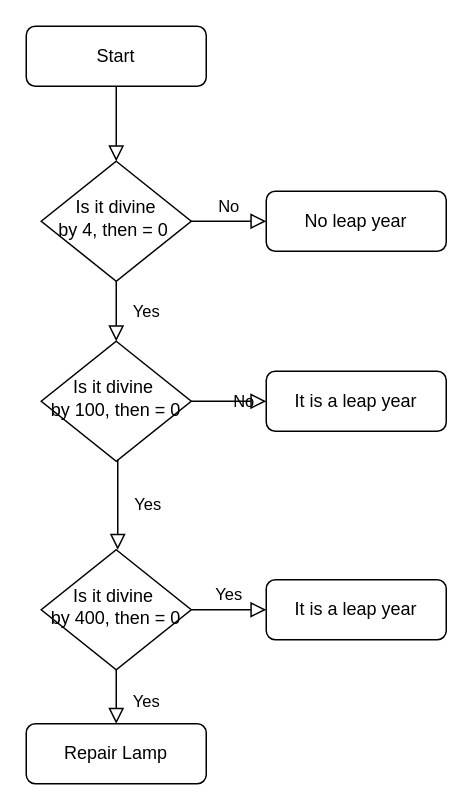
The draw.io diagram Untitled Diagram.drawio in Nan227/100daysPython, before the edit. Source tidied: cells renumbered, new cells numbered last; positions are measured from the earlier drawing's top-left corner, leaving out a move shared by most shapes. Both pictures are drawn from the tidied source at 150%, with x=0, y=0 at pixel (26, 26).
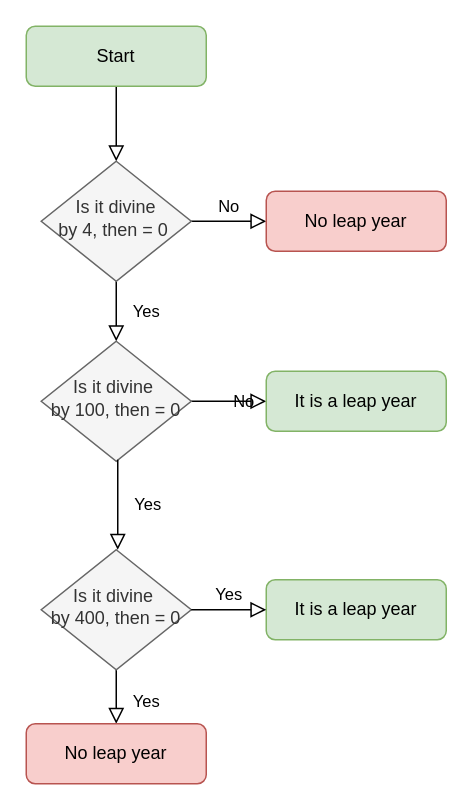
The same page after the edit.

Diff of the diagram source:
```diff
@@
 <mxGraphModel>
   <root>
     <mxCell id="0" />
     <mxCell id="1" parent="0" />
     <mxCell id="2" style="rounded=0;html=1;jettySize=auto;fontSize=11;endArrow=block;endFill=0;endSize=8;strokeWidth=1;shadow=0;labelBackgroundColor=none;edgeStyle=orthogonalEdgeStyle;" parent="1" edge="1" source="3" target="6">
       <mxGeometry relative="1" as="geometry" />
     </mxCell>
-    <mxCell id="3" value="Start" style="rounded=1;whiteSpace=wrap;html=1;fontSize=12;glass=0;strokeWidth=1;shadow=0;" parent="1" vertex="1">
+    <mxCell id="3" value="Start" style="rounded=1;whiteSpace=wrap;html=1;fontSize=12;glass=0;strokeWidth=1;shadow=0;fillColor=#d5e8d4;strokeColor=#82b366;" parent="1" vertex="1">
       <mxGeometry width="120" height="40" as="geometry" />
     </mxCell>
     <mxCell id="4" value="Yes" style="rounded=0;html=1;jettySize=auto;fontSize=11;endArrow=block;endFill=0;endSize=8;strokeWidth=1;shadow=0;labelBackgroundColor=none;edgeStyle=orthogonalEdgeStyle;" parent="1" edge="1" source="6" target="10">
       <mxGeometry y="20" relative="1" as="geometry" />
     </mxCell>
     <mxCell id="5" value="No" style="edgeStyle=orthogonalEdgeStyle;rounded=0;html=1;jettySize=auto;fontSize=11;endArrow=block;endFill=0;endSize=8;strokeWidth=1;shadow=0;labelBackgroundColor=none;" parent="1" edge="1" source="6" target="7">
       <mxGeometry y="10" relative="1" as="geometry" />
     </mxCell>
-    <mxCell id="6" value="Is it divine &lt;br&gt;by 4, then = 0&amp;nbsp;" style="rhombus;whiteSpace=wrap;html=1;shadow=0;fontFamily=Helvetica;fontSize=12;align=center;strokeWidth=1;spacing=6;spacingTop=-4;" parent="1" vertex="1">
+    <mxCell id="6" value="Is it divine &lt;br&gt;by 4, then = 0&amp;nbsp;" style="rhombus;whiteSpace=wrap;html=1;shadow=0;fontFamily=Helvetica;fontSize=12;align=center;strokeWidth=1;spacing=6;spacingTop=-4;fillColor=#f5f5f5;fontColor=#333333;strokeColor=#666666;" parent="1" vertex="1">
       <mxGeometry x="10" y="90" width="100" height="80" as="geometry" />
     </mxCell>
-    <mxCell id="7" value="No leap year" style="rounded=1;whiteSpace=wrap;html=1;fontSize=12;glass=0;strokeWidth=1;shadow=0;" parent="1" vertex="1">
+    <mxCell id="7" value="No leap year" style="rounded=1;whiteSpace=wrap;html=1;fontSize=12;glass=0;strokeWidth=1;shadow=0;fillColor=#f8cecc;strokeColor=#b85450;" parent="1" vertex="1">
       <mxGeometry x="160" y="110" width="120" height="40" as="geometry" />
     </mxCell>
     <mxCell id="8" value="Yes" style="rounded=0;html=1;jettySize=auto;fontSize=11;endArrow=block;endFill=0;endSize=8;strokeWidth=1;shadow=0;labelBackgroundColor=none;edgeStyle=orthogonalEdgeStyle;startArrow=none;" parent="1" edge="1" source="13" target="11">
       <mxGeometry x="0.33" y="20" relative="1" as="geometry" />
     </mxCell>
     <mxCell id="9" value="No" style="edgeStyle=orthogonalEdgeStyle;rounded=0;html=1;jettySize=auto;fontSize=11;endArrow=block;endFill=0;endSize=8;strokeWidth=1;shadow=0;labelBackgroundColor=none;" parent="1" edge="1" source="10">
       <mxGeometry y="10" relative="1" as="geometry">
         <mxPoint x="160" y="250" as="targetPoint" />
       </mxGeometry>
     </mxCell>
-    <mxCell id="10" value="Is it divine&amp;nbsp;&lt;br&gt;by 100, then = 0" style="rhombus;whiteSpace=wrap;html=1;shadow=0;fontFamily=Helvetica;fontSize=12;align=center;strokeWidth=1;spacing=6;spacingTop=-4;" parent="1" vertex="1">
+    <mxCell id="10" value="Is it divine&amp;nbsp;&lt;br&gt;by 100, then = 0" style="rhombus;whiteSpace=wrap;html=1;shadow=0;fontFamily=Helvetica;fontSize=12;align=center;strokeWidth=1;spacing=6;spacingTop=-4;fillColor=#f5f5f5;fontColor=#333333;strokeColor=#666666;" parent="1" vertex="1">
       <mxGeometry x="10" y="210" width="100" height="80" as="geometry" />
     </mxCell>
-    <mxCell id="11" value="Repair Lamp" style="rounded=1;whiteSpace=wrap;html=1;fontSize=12;glass=0;strokeWidth=1;shadow=0;" parent="1" vertex="1">
+    <mxCell id="11" value="No leap year" style="rounded=1;whiteSpace=wrap;html=1;fontSize=12;glass=0;strokeWidth=1;shadow=0;fillColor=#f8cecc;strokeColor=#b85450;" parent="1" vertex="1">
       <mxGeometry y="465" width="120" height="40" as="geometry" />
     </mxCell>
-    <mxCell id="12" value="It is a leap year" style="rounded=1;whiteSpace=wrap;html=1;fontSize=12;glass=0;strokeWidth=1;shadow=0;" parent="1" vertex="1">
+    <mxCell id="12" value="It is a leap year" style="rounded=1;whiteSpace=wrap;html=1;fontSize=12;glass=0;strokeWidth=1;shadow=0;fillColor=#d5e8d4;strokeColor=#82b366;" parent="1" vertex="1">
       <mxGeometry x="160" y="230" width="120" height="40" as="geometry" />
     </mxCell>
-    <mxCell id="13" value="Is it divine&amp;nbsp;&lt;br&gt;by 400, then = 0" style="rhombus;whiteSpace=wrap;html=1;shadow=0;fontFamily=Helvetica;fontSize=12;align=center;strokeWidth=1;spacing=6;spacingTop=-4;" parent="1" vertex="1">
+    <mxCell id="13" value="Is it divine&amp;nbsp;&lt;br&gt;by 400, then = 0" style="rhombus;whiteSpace=wrap;html=1;shadow=0;fontFamily=Helvetica;fontSize=12;align=center;strokeWidth=1;spacing=6;spacingTop=-4;fillColor=#f5f5f5;fontColor=#333333;strokeColor=#666666;" parent="1" vertex="1">
       <mxGeometry x="10" y="349" width="100" height="80" as="geometry" />
     </mxCell>
     <mxCell id="14" value="Yes" style="rounded=0;html=1;jettySize=auto;orthogonalLoop=1;fontSize=11;endArrow=block;endFill=0;endSize=8;strokeWidth=1;shadow=0;labelBackgroundColor=none;edgeStyle=orthogonalEdgeStyle;" parent="1" edge="1">
       <mxGeometry y="20" relative="1" as="geometry">
         <mxPoint x="61" y="289" as="sourcePoint" />
         <mxPoint x="61" y="349" as="targetPoint" />
       </mxGeometry>
     </mxCell>
-    <mxCell id="15" value="It is a leap year" style="rounded=1;whiteSpace=wrap;html=1;fontSize=12;glass=0;strokeWidth=1;shadow=0;" parent="1" vertex="1">
+    <mxCell id="15" value="It is a leap year" style="rounded=1;whiteSpace=wrap;html=1;fontSize=12;glass=0;strokeWidth=1;shadow=0;fillColor=#d5e8d4;strokeColor=#82b366;" parent="1" vertex="1">
       <mxGeometry x="160" y="369" width="120" height="40" as="geometry" />
     </mxCell>
     <mxCell id="16" value="Yes" style="edgeStyle=orthogonalEdgeStyle;rounded=0;html=1;jettySize=auto;orthogonalLoop=1;fontSize=11;endArrow=block;endFill=0;endSize=8;strokeWidth=1;shadow=0;labelBackgroundColor=none;" parent="1" edge="1">
       <mxGeometry y="10" relative="1" as="geometry">
         <mxPoint x="110" y="389" as="sourcePoint" />
         <mxPoint x="160" y="389" as="targetPoint" />
       </mxGeometry>
     </mxCell>
   </root>
 </mxGraphModel>
```
